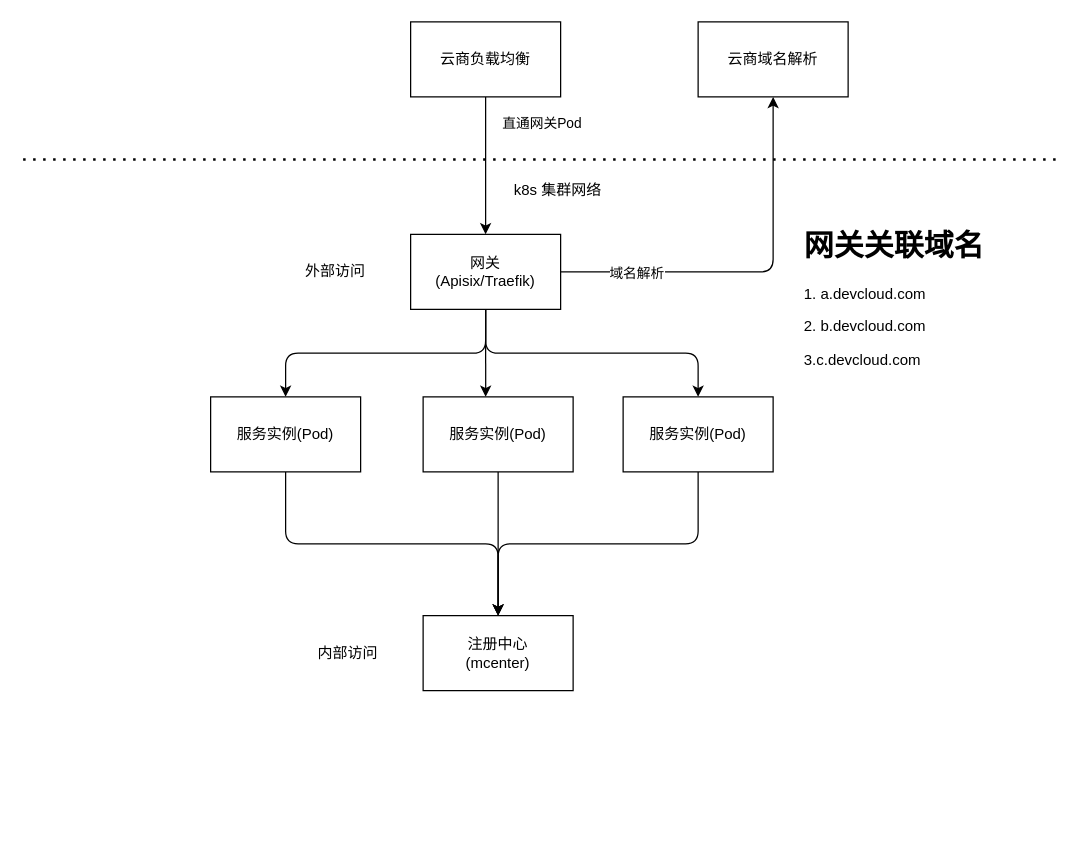
This is apps/gateway/docs/design.drawio from infraboard/mpaas, a draw.io file, before an edit. Source tidied: cells renumbered, new cells numbered last; positions are measured from the earlier drawing's top-left corner, leaving out a move shared by most shapes. Both pictures are drawn from the tidied source at 125%, with x=0, y=0 at pixel (22, 21).
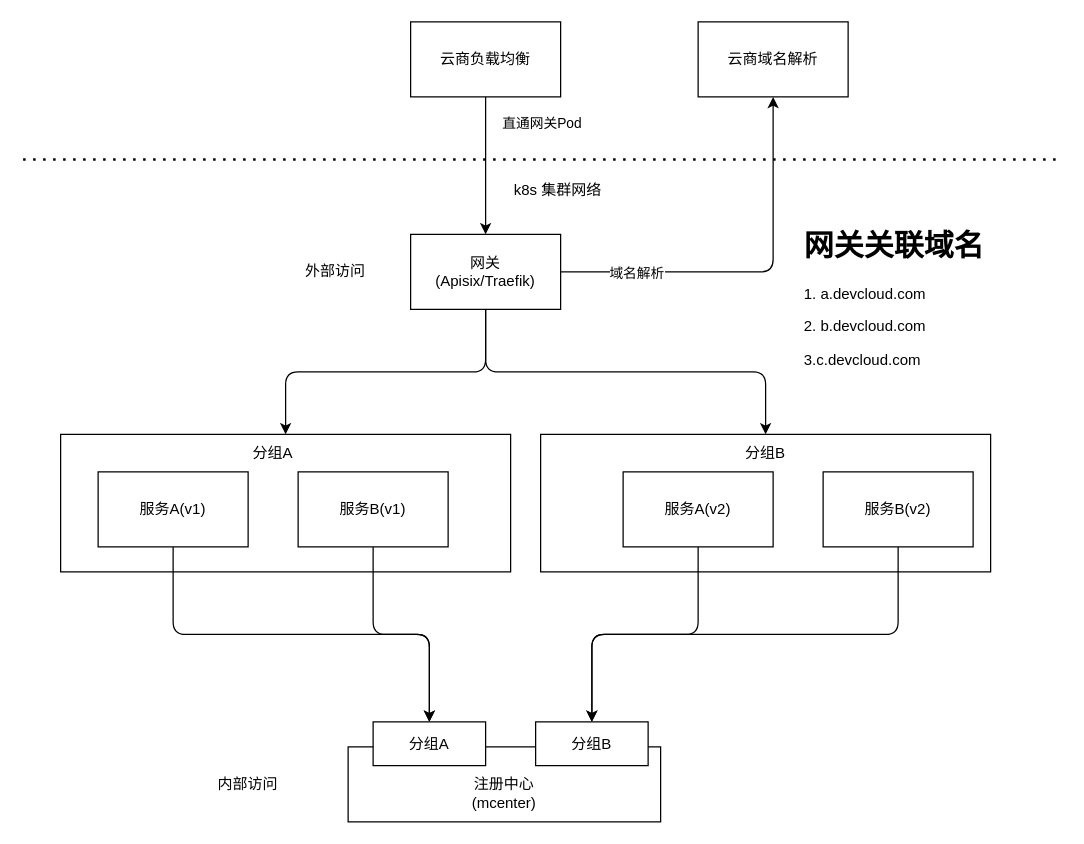
Above is the later version.

Commit message:
优化网关流量管理模型

Unchanged cells that the change refers to:
```xml
<mxCell id="7" value="网关&lt;br&gt;(Apisix/Traefik)" style="rounded=0;whiteSpace=wrap;html=1;" parent="1" vertex="1">
  <mxGeometry x="310" y="170" width="120" height="60" as="geometry" />
</mxCell>
```

What changed in the source:
```diff
@@
+    <mxCell id="24" style="rounded=0;whiteSpace=wrap;html=1;" parent="1" vertex="1">
+      <mxGeometry x="414" y="330" width="360" height="110" as="geometry" />
+    </mxCell>
+    <mxCell id="25" style="rounded=0;whiteSpace=wrap;html=1;" parent="1" vertex="1">
+      <mxGeometry x="30" y="330" width="360" height="110" as="geometry" />
+    </mxCell>
-    <mxCell id="2" style="edgeStyle=orthogonalEdgeStyle;html=1;exitX=0.5;exitY=1;exitDx=0;exitDy=0;" parent="1" edge="1" source="7" target="14">
+    <mxCell id="2" style="edgeStyle=orthogonalEdgeStyle;html=1;exitX=0.5;exitY=1;exitDx=0;exitDy=0;entryX=0.5;entryY=0;entryDx=0;entryDy=0;" parent="1" edge="1" source="7" target="25">
       <mxGeometry relative="1" as="geometry" />
     </mxCell>
-    <mxCell id="3" style="edgeStyle=orthogonalEdgeStyle;html=1;exitX=0.5;exitY=1;exitDx=0;exitDy=0;entryX=0.417;entryY=0;entryDx=0;entryDy=0;entryPerimeter=0;" parent="1" edge="1" source="7" target="16">
-      <mxGeometry relative="1" as="geometry" />
-    </mxCell>
-    <mxCell id="4" style="edgeStyle=orthogonalEdgeStyle;html=1;exitX=0.5;exitY=1;exitDx=0;exitDy=0;entryX=0.5;entryY=0;entryDx=0;entryDy=0;" parent="1" edge="1" source="7" target="18">
+    <mxCell id="4" style="edgeStyle=orthogonalEdgeStyle;html=1;exitX=0.5;exitY=1;exitDx=0;exitDy=0;entryX=0.5;entryY=0;entryDx=0;entryDy=0;" parent="1" edge="1" source="7" target="24">
       <mxGeometry relative="1" as="geometry" />
     </mxCell>
@@
-    <mxCell id="13" style="edgeStyle=orthogonalEdgeStyle;html=1;exitX=0.5;exitY=1;exitDx=0;exitDy=0;" parent="1" edge="1" source="14" target="19">
+    <mxCell id="13" style="edgeStyle=orthogonalEdgeStyle;html=1;exitX=0.5;exitY=1;exitDx=0;exitDy=0;entryX=0.5;entryY=0;entryDx=0;entryDy=0;" parent="1" edge="1" source="14" target="30">
       <mxGeometry relative="1" as="geometry" />
     </mxCell>
-    <mxCell id="14" value="服务实例(Pod)" style="rounded=0;whiteSpace=wrap;html=1;" parent="1" vertex="1">
-      <mxGeometry x="150" y="300" width="120" height="60" as="geometry" />
+    <mxCell id="14" value="服务A(v1)" style="rounded=0;whiteSpace=wrap;html=1;" parent="1" vertex="1">
+      <mxGeometry x="60" y="360" width="120" height="60" as="geometry" />
     </mxCell>
-    <mxCell id="15" style="edgeStyle=orthogonalEdgeStyle;html=1;exitX=0.5;exitY=1;exitDx=0;exitDy=0;" parent="1" edge="1" source="16" target="19">
+    <mxCell id="15" style="edgeStyle=orthogonalEdgeStyle;html=1;exitX=0.5;exitY=1;exitDx=0;exitDy=0;entryX=0.5;entryY=0;entryDx=0;entryDy=0;" parent="1" edge="1" source="16" target="30">
       <mxGeometry relative="1" as="geometry" />
     </mxCell>
-    <mxCell id="16" value="服务实例(Pod)" style="rounded=0;whiteSpace=wrap;html=1;" parent="1" vertex="1">
-      <mxGeometry x="320" y="300" width="120" height="60" as="geometry" />
+    <mxCell id="16" value="服务B(v1)" style="rounded=0;whiteSpace=wrap;html=1;" parent="1" vertex="1">
+      <mxGeometry x="220" y="360" width="120" height="60" as="geometry" />
     </mxCell>
-    <mxCell id="17" style="edgeStyle=orthogonalEdgeStyle;html=1;exitX=0.5;exitY=1;exitDx=0;exitDy=0;entryX=0.5;entryY=0;entryDx=0;entryDy=0;" parent="1" edge="1" source="18" target="19">
+    <mxCell id="17" style="edgeStyle=orthogonalEdgeStyle;html=1;exitX=0.5;exitY=1;exitDx=0;exitDy=0;entryX=0.5;entryY=0;entryDx=0;entryDy=0;" parent="1" edge="1" source="18" target="31">
       <mxGeometry relative="1" as="geometry" />
     </mxCell>
-    <mxCell id="18" value="服务实例(Pod)" style="rounded=0;whiteSpace=wrap;html=1;" parent="1" vertex="1">
-      <mxGeometry x="480" y="300" width="120" height="60" as="geometry" />
+    <mxCell id="18" value="服务A(v2)" style="rounded=0;whiteSpace=wrap;html=1;" parent="1" vertex="1">
+      <mxGeometry x="480" y="360" width="120" height="60" as="geometry" />
     </mxCell>
-    <mxCell id="19" value="注册中心&lt;br&gt;(mcenter)" style="rounded=0;whiteSpace=wrap;html=1;" parent="1" vertex="1">
-      <mxGeometry x="320" y="475" width="120" height="60" as="geometry" />
+    <mxCell id="19" value="&lt;br&gt;注册中心&lt;br&gt;(mcenter)" style="rounded=0;whiteSpace=wrap;html=1;" parent="1" vertex="1">
+      <mxGeometry x="260" y="580" width="250" height="60" as="geometry" />
     </mxCell>
@@
     <mxCell id="21" value="内部访问" style="text;html=1;strokeColor=none;fillColor=none;align=center;verticalAlign=middle;whiteSpace=wrap;rounded=0;" parent="1" vertex="1">
-      <mxGeometry x="230" y="490" width="60" height="30" as="geometry" />
+      <mxGeometry x="150" y="595" width="60" height="30" as="geometry" />
     </mxCell>
@@
+    <mxCell id="26" value="分组A" style="text;html=1;strokeColor=none;fillColor=none;align=center;verticalAlign=middle;whiteSpace=wrap;rounded=0;" parent="1" vertex="1">
+      <mxGeometry x="170" y="330" width="60" height="30" as="geometry" />
+    </mxCell>
+    <mxCell id="27" value="分组B" style="text;html=1;strokeColor=none;fillColor=none;align=center;verticalAlign=middle;whiteSpace=wrap;rounded=0;" parent="1" vertex="1">
+      <mxGeometry x="564" y="330" width="60" height="30" as="geometry" />
+    </mxCell>
+    <mxCell id="28" style="edgeStyle=orthogonalEdgeStyle;html=1;exitX=0.5;exitY=1;exitDx=0;exitDy=0;entryX=0.5;entryY=0;entryDx=0;entryDy=0;" parent="1" edge="1" source="29" target="31">
+      <mxGeometry relative="1" as="geometry" />
+    </mxCell>
+    <mxCell id="29" value="服务B(v2)" style="rounded=0;whiteSpace=wrap;html=1;" parent="1" vertex="1">
+      <mxGeometry x="640" y="360" width="120" height="60" as="geometry" />
+    </mxCell>
+    <mxCell id="30" value="分组A" style="rounded=0;whiteSpace=wrap;html=1;" parent="1" vertex="1">
+      <mxGeometry x="280" y="560" width="90" height="35" as="geometry" />
+    </mxCell>
+    <mxCell id="31" value="分组B" style="rounded=0;whiteSpace=wrap;html=1;" parent="1" vertex="1">
+      <mxGeometry x="410" y="560" width="90" height="35" as="geometry" />
+    </mxCell>
```
